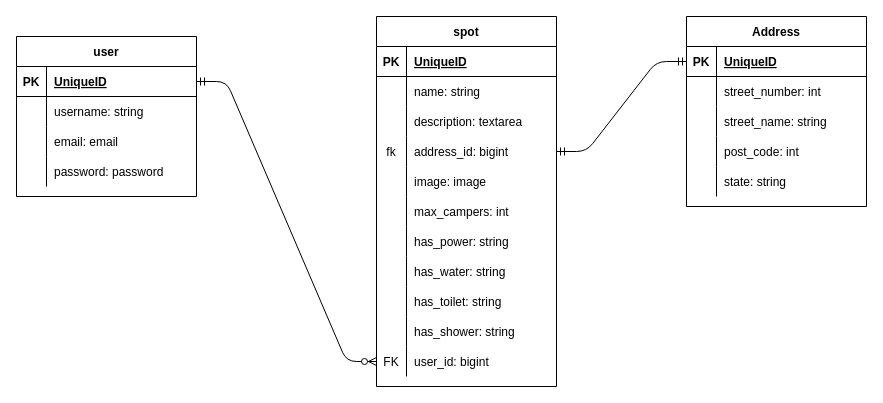
Earlier version of the draw.io diagram Camp Hackathon.drawio (bronwyncarr/camp-hackathon). Source tidied: cells renumbered, new cells numbered last; positions are measured from the earlier drawing's top-left corner, leaving out a move shared by most shapes. Both pictures are drawn from the tidied source at 100%, with x=0, y=0 at pixel (16, 16).
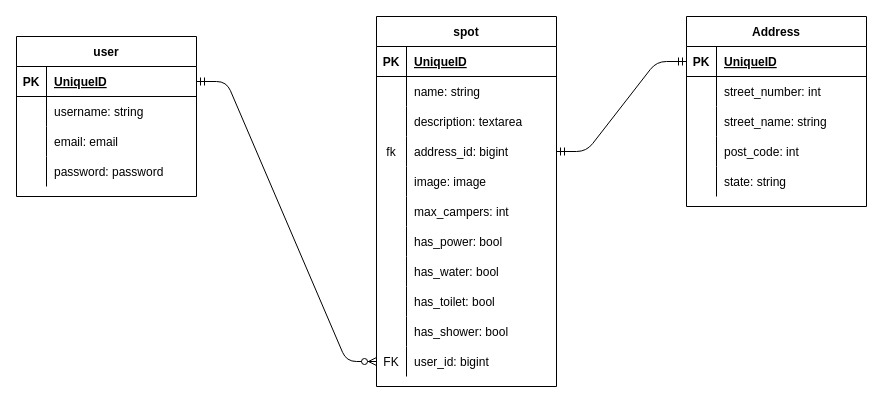
After the change.

Unchanged cells that the change refers to:
```xml
<mxCell id="21" style="shape=partialRectangle;fillColor=none;top=0;left=0;bottom=0;right=0;" parent="2" vertex="1">
  <mxGeometry y="210" width="180" height="30" as="geometry" />
</mxCell>
<mxCell id="24" style="shape=partialRectangle;fillColor=none;top=0;left=0;bottom=0;right=0;" parent="2" vertex="1">
  <mxGeometry y="240" width="180" height="30" as="geometry" />
</mxCell>
<mxCell id="27" style="shape=partialRectangle;fillColor=none;top=0;left=0;bottom=0;right=0;" parent="2" vertex="1">
  <mxGeometry y="270" width="180" height="30" as="geometry" />
</mxCell>
<mxCell id="30" style="shape=partialRectangle;fillColor=none;top=0;left=0;bottom=0;right=0;" parent="2" vertex="1">
  <mxGeometry y="300" width="180" height="30" as="geometry" />
</mxCell>
```

Change to the diagram source:
```diff
@@
-    <mxCell id="23" value="has_power: string" style="shape=partialRectangle;fillColor=none;top=0;left=0;bottom=0;right=0;align=left;spacingLeft=6;overflow=hidden;" parent="21" vertex="1">
+    <mxCell id="23" value="has_power: bool" style="shape=partialRectangle;fillColor=none;top=0;left=0;bottom=0;right=0;align=left;spacingLeft=6;overflow=hidden;" parent="21" vertex="1">
       <mxGeometry x="30" width="150" height="30" as="geometry" />
     </mxCell>
@@
-    <mxCell id="26" value="has_water: string" style="shape=partialRectangle;fillColor=none;top=0;left=0;bottom=0;right=0;align=left;spacingLeft=6;overflow=hidden;" parent="24" vertex="1">
+    <mxCell id="26" value="has_water: bool" style="shape=partialRectangle;fillColor=none;top=0;left=0;bottom=0;right=0;align=left;spacingLeft=6;overflow=hidden;" parent="24" vertex="1">
       <mxGeometry x="30" width="150" height="30" as="geometry" />
     </mxCell>
@@
-    <mxCell id="29" value="has_toilet: string" style="shape=partialRectangle;fillColor=none;top=0;left=0;bottom=0;right=0;align=left;spacingLeft=6;overflow=hidden;" parent="27" vertex="1">
+    <mxCell id="29" value="has_toilet: bool" style="shape=partialRectangle;fillColor=none;top=0;left=0;bottom=0;right=0;align=left;spacingLeft=6;overflow=hidden;" parent="27" vertex="1">
       <mxGeometry x="30" width="150" height="30" as="geometry" />
     </mxCell>
@@
-    <mxCell id="32" value="has_shower: string" style="shape=partialRectangle;fillColor=none;top=0;left=0;bottom=0;right=0;align=left;spacingLeft=6;overflow=hidden;" parent="30" vertex="1">
+    <mxCell id="32" value="has_shower: bool" style="shape=partialRectangle;fillColor=none;top=0;left=0;bottom=0;right=0;align=left;spacingLeft=6;overflow=hidden;" parent="30" vertex="1">
       <mxGeometry x="30" width="150" height="30" as="geometry" />
     </mxCell>
```
